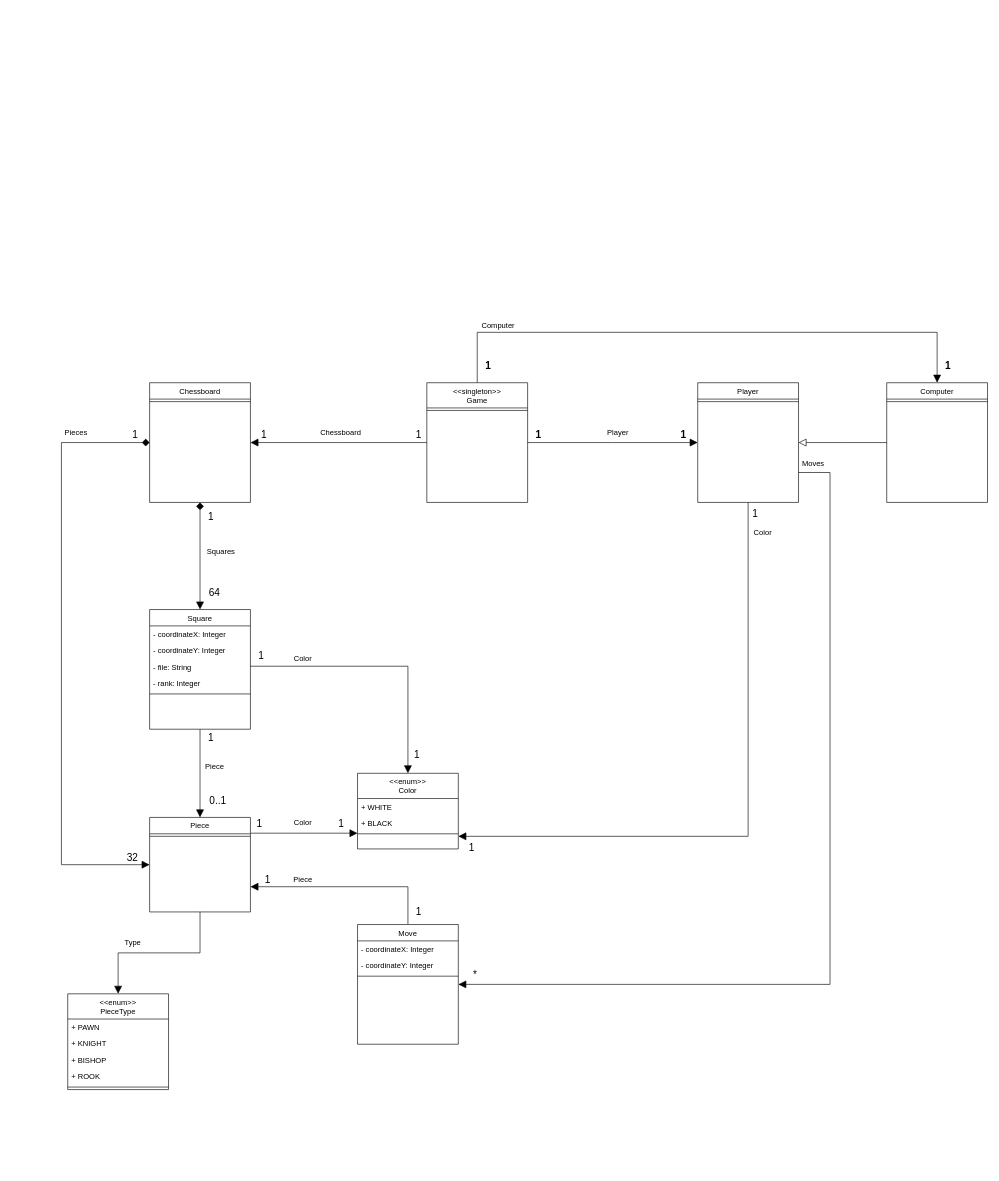
Earlier version of the draw.io diagram Design/chess_class_diagram.drawio (santacg/Chess). Source tidied: cells renumbered, new cells numbered last; positions are measured from the earlier drawing's top-left corner, leaving out a move shared by most shapes. Both pictures are drawn from the tidied source at 63%, with x=0, y=0 at pixel (11, 11).
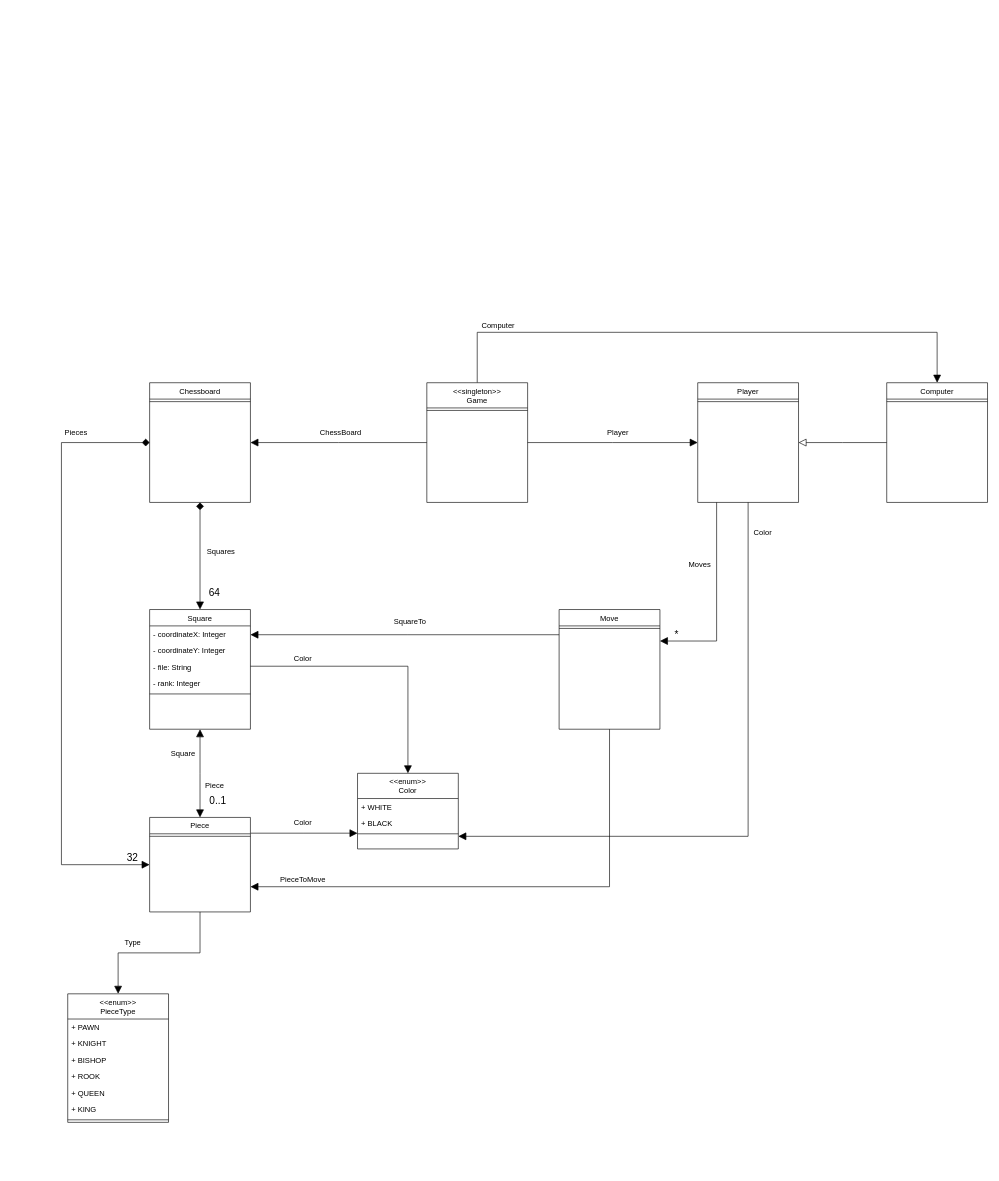
The same diagram, later.

Commit message:
Second diagram iteration

The change refers to these unchanged cells:
```xml
<mxCell id="4" value="Piece " style="swimlane;fontStyle=0;align=center;verticalAlign=top;horizontal=1;startSize=26;rounded=0;shadow=0;strokeWidth=1;" parent="1" vertex="1">
  <mxGeometry x="220" y="1280" width="160" height="150" as="geometry" />
</mxCell>
<mxCell id="12" value="Square" style="swimlane;fontStyle=0;align=center;verticalAlign=top;horizontal=1;startSize=26;rounded=0;shadow=0;strokeWidth=1;" parent="1" vertex="1">
  <mxGeometry x="220" y="950" width="160" height="190" as="geometry" />
</mxCell>
<mxCell id="44" value="Player" style="swimlane;fontStyle=0;align=center;verticalAlign=top;horizontal=1;startSize=26;rounded=0;shadow=0;strokeWidth=1;" parent="1" vertex="1">
  <mxGeometry x="1090" y="590" width="160" height="190" as="geometry" />
</mxCell>
```

Change to the diagram source:
```diff
@@
-    <mxCell id="11" style="edgeStyle=elbowEdgeStyle;shape=connector;curved=0;rounded=0;jettySize=auto;elbow=vertical;html=1;shadow=0;strokeColor=default;strokeWidth=1;align=center;verticalAlign=middle;fontFamily=Helvetica;fontSize=11;fontColor=default;labelBackgroundColor=default;startSize=6;endArrow=block;endFill=1;endSize=10;" parent="1" edge="1" source="12" target="4">
+    <mxCell id="11" style="edgeStyle=elbowEdgeStyle;shape=connector;curved=0;rounded=0;jettySize=auto;elbow=vertical;html=1;shadow=0;strokeColor=default;strokeWidth=1;align=center;verticalAlign=middle;fontFamily=Helvetica;fontSize=11;fontColor=default;labelBackgroundColor=default;startSize=10;endArrow=block;endFill=1;endSize=10;startArrow=block;startFill=1;" parent="1" edge="1" source="12" target="4">
       <mxGeometry relative="1" as="geometry" />
     </mxCell>
@@
-    <mxCell id="18" value="1" style="align=right;verticalAlign=bottom;labelBackgroundColor=none;fontSize=16;" parent="1" vertex="1">
-      <mxGeometry x="400" y="1300" as="geometry" />
-    </mxCell>
-    <mxCell id="19" value="1" style="align=right;verticalAlign=bottom;labelBackgroundColor=none;fontSize=16;" parent="1" vertex="1">
+    <mxCell id="19" style="align=right;verticalAlign=bottom;labelBackgroundColor=none;fontSize=16;" parent="1" vertex="1">
       <mxGeometry x="530" y="1300" as="geometry" />
     </mxCell>
-    <mxCell id="20" value="1" style="align=right;verticalAlign=bottom;labelBackgroundColor=none;fontSize=16;" parent="1" vertex="1">
-      <mxGeometry x="380" y="1070" as="geometry">
-        <mxPoint x="23" y="-37" as="offset" />
-      </mxGeometry>
-    </mxCell>
-    <mxCell id="21" value="1" style="align=right;verticalAlign=bottom;labelBackgroundColor=none;fontSize=16;" parent="1" vertex="1">
-      <mxGeometry x="650" y="1190" as="geometry" />
-    </mxCell>
@@
-    <mxCell id="23" value="1" style="align=right;verticalAlign=bottom;labelBackgroundColor=none;fontSize=16;" parent="1" vertex="1">
-      <mxGeometry x="300" y="1200" as="geometry">
-        <mxPoint x="23" y="-37" as="offset" />
-      </mxGeometry>
-    </mxCell>
@@
-    <mxCell id="30" value="Piece" style="text;html=1;align=center;verticalAlign=middle;labelBackgroundColor=none;rounded=0;shadow=0;strokeWidth=1;fontSize=12;" parent="1" vertex="1">
-      <mxGeometry x="220" y="700" as="geometry">
+    <mxCell id="30" value="Square" style="text;html=1;align=center;verticalAlign=middle;labelBackgroundColor=none;rounded=0;shadow=0;strokeWidth=1;fontSize=12;" parent="1" vertex="1">
+      <mxGeometry x="170" y="680" as="geometry">
         <mxPoint x="102" y="498" as="offset" />
       </mxGeometry>
     </mxCell>
-    <mxCell id="31" value="1" style="align=right;verticalAlign=bottom;labelBackgroundColor=none;fontSize=16;" parent="1" vertex="1">
-      <mxGeometry x="300" y="850" as="geometry">
-        <mxPoint x="23" y="-37" as="offset" />
-      </mxGeometry>
-    </mxCell>
@@
-    <mxCell id="38" value="1" style="align=right;verticalAlign=bottom;labelBackgroundColor=none;fontSize=16;" parent="1" vertex="1">
-      <mxGeometry x="630" y="720" as="geometry">
-        <mxPoint x="23" y="-37" as="offset" />
-      </mxGeometry>
-    </mxCell>
-    <mxCell id="39" value="1" style="align=right;verticalAlign=bottom;labelBackgroundColor=none;fontSize=16;" parent="1" vertex="1">
-      <mxGeometry x="384" y="720" as="geometry">
-        <mxPoint x="23" y="-37" as="offset" />
-      </mxGeometry>
-    </mxCell>
@@
-    <mxCell id="41" value="Chessboard" style="text;html=1;align=center;verticalAlign=middle;labelBackgroundColor=none;rounded=0;shadow=0;strokeWidth=1;fontSize=12;" parent="1" vertex="1">
+    <mxCell id="41" value="ChessBoard" style="text;html=1;align=center;verticalAlign=middle;labelBackgroundColor=none;rounded=0;shadow=0;strokeWidth=1;fontSize=12;" parent="1" vertex="1">
       <mxGeometry x="420" y="170" as="geometry">
         <mxPoint x="102" y="498" as="offset" />
       </mxGeometry>
     </mxCell>
@@
-    <mxCell id="43" style="edgeStyle=elbowEdgeStyle;shape=connector;curved=0;rounded=0;jettySize=auto;elbow=vertical;html=1;shadow=0;strokeColor=default;strokeWidth=1;align=center;verticalAlign=middle;fontFamily=Helvetica;fontSize=11;fontColor=default;labelBackgroundColor=default;startSize=6;endArrow=block;endFill=1;endSize=10;exitX=1;exitY=0.75;exitDx=0;exitDy=0;" parent="1" edge="1" source="44" target="69">
+    <mxCell id="43" style="edgeStyle=elbowEdgeStyle;shape=connector;curved=0;rounded=0;jettySize=auto;elbow=vertical;html=1;shadow=0;strokeColor=default;strokeWidth=1;align=center;verticalAlign=middle;fontFamily=Helvetica;fontSize=11;fontColor=default;labelBackgroundColor=default;startSize=6;endArrow=block;endFill=1;endSize=10;" parent="1" edge="1" source="44" target="69">
       <mxGeometry relative="1" as="geometry">
         <Array as="points">
-          <mxPoint x="1300" y="1140" />
+          <mxPoint x="1120" y="1000" />
         </Array>
       </mxGeometry>
     </mxCell>
@@
-    <mxCell id="46" value="1" style="align=right;verticalAlign=bottom;labelBackgroundColor=none;fontSize=16;fontStyle=1;" parent="1" vertex="1">
-      <mxGeometry x="820" y="720" as="geometry">
-        <mxPoint x="23" y="-37" as="offset" />
-      </mxGeometry>
-    </mxCell>
@@
-    <mxCell id="48" value="1" style="align=right;verticalAlign=bottom;labelBackgroundColor=none;fontSize=16;" parent="1" vertex="1">
-      <mxGeometry x="520" y="1310" as="geometry">
-        <mxPoint x="667" y="-502" as="offset" />
-      </mxGeometry>
-    </mxCell>
-    <mxCell id="49" value="1" style="align=right;verticalAlign=bottom;labelBackgroundColor=none;fontSize=16;" parent="1" vertex="1">
-      <mxGeometry x="70" y="1840" as="geometry">
-        <mxPoint x="667" y="-502" as="offset" />
-      </mxGeometry>
-    </mxCell>
@@
-    <mxCell id="52" value="1" style="align=right;verticalAlign=bottom;labelBackgroundColor=none;fontSize=16;" parent="1" vertex="1">
-      <mxGeometry x="180" y="720" as="geometry">
-        <mxPoint x="23" y="-37" as="offset" />
-      </mxGeometry>
-    </mxCell>
@@
-    <mxCell id="57" value="1" style="align=right;verticalAlign=bottom;labelBackgroundColor=none;fontSize=16;fontStyle=1;" parent="1" vertex="1">
-      <mxGeometry x="1050" y="720" as="geometry">
-        <mxPoint x="23" y="-37" as="offset" />
-      </mxGeometry>
-    </mxCell>
@@
-    <mxCell id="59" value="1" style="align=right;verticalAlign=bottom;labelBackgroundColor=none;fontSize=16;fontStyle=1;" parent="1" vertex="1">
-      <mxGeometry x="740" y="610" as="geometry">
-        <mxPoint x="23" y="-37" as="offset" />
-      </mxGeometry>
-    </mxCell>
-    <mxCell id="60" value="1" style="align=right;verticalAlign=bottom;labelBackgroundColor=none;fontSize=16;fontStyle=1;" parent="1" vertex="1">
-      <mxGeometry x="1470" y="610" as="geometry">
-        <mxPoint x="23" y="-37" as="offset" />
-      </mxGeometry>
-    </mxCell>
     <mxCell id="61" value="&lt;&lt;enum&gt;&gt;&#10;PieceType&#10;" style="swimlane;fontStyle=0;align=center;verticalAlign=top;horizontal=1;startSize=40;rounded=0;shadow=0;strokeWidth=1;" parent="1" vertex="1">
-      <mxGeometry x="90" y="1560" width="160" height="152" as="geometry" />
+      <mxGeometry x="90" y="1560" width="160" height="204" as="geometry" />
     </mxCell>
@@
+    <mxCell id="78" value="+ QUEEN" style="text;align=left;verticalAlign=top;spacingLeft=4;spacingRight=4;overflow=hidden;" parent="61" vertex="1">
+      <mxGeometry y="144" width="160" height="26" as="geometry" />
+    </mxCell>
+    <mxCell id="79" value="+ KING" style="text;align=left;verticalAlign=top;spacingLeft=4;spacingRight=4;overflow=hidden;" parent="61" vertex="1">
+      <mxGeometry y="170" width="160" height="26" as="geometry" />
+    </mxCell>
     <mxCell id="66" style="line;html=1;strokeWidth=1;align=left;verticalAlign=middle;spacingTop=-1;spacingLeft=3;spacingRight=3;labelPosition=right;" parent="61" vertex="1">
-      <mxGeometry y="144" width="160" height="8" as="geometry" />
+      <mxGeometry y="196" width="160" height="8" as="geometry" />
     </mxCell>
@@
+    <mxCell id="80" style="edgeStyle=elbowEdgeStyle;shape=connector;curved=0;rounded=0;jettySize=auto;elbow=vertical;html=1;shadow=0;strokeColor=default;strokeWidth=1;align=center;verticalAlign=middle;fontFamily=Helvetica;fontSize=11;fontColor=default;labelBackgroundColor=default;startSize=6;endArrow=block;endFill=1;endSize=10;" parent="1" edge="1" source="69" target="12">
+      <mxGeometry relative="1" as="geometry">
+        <Array as="points">
+          <mxPoint x="630" y="990" />
+        </Array>
+      </mxGeometry>
+    </mxCell>
     <mxCell id="69" value="Move" style="swimlane;fontStyle=0;align=center;verticalAlign=top;horizontal=1;startSize=26;rounded=0;shadow=0;strokeWidth=1;" parent="1" vertex="1">
-      <mxGeometry x="550" y="1450" width="160" height="190" as="geometry" />
+      <mxGeometry x="870" y="950" width="160" height="190" as="geometry" />
     </mxCell>
-    <mxCell id="70" value="- coordinateX: Integer" style="text;align=left;verticalAlign=top;spacingLeft=4;spacingRight=4;overflow=hidden;" parent="69" vertex="1">
-      <mxGeometry y="26" width="160" height="26" as="geometry" />
-    </mxCell>
-    <mxCell id="71" value="- coordinateY: Integer" style="text;align=left;verticalAlign=top;spacingLeft=4;spacingRight=4;overflow=hidden;" parent="69" vertex="1">
-      <mxGeometry y="52" width="160" height="26" as="geometry" />
-    </mxCell>
     <mxCell id="72" style="line;html=1;strokeWidth=1;align=left;verticalAlign=middle;spacingTop=-1;spacingLeft=3;spacingRight=3;labelPosition=right;" parent="69" vertex="1">
-      <mxGeometry y="78" width="160" height="8" as="geometry" />
+      <mxGeometry y="26" width="160" height="8" as="geometry" />
     </mxCell>
     <mxCell id="73" value="*" style="align=right;verticalAlign=bottom;labelBackgroundColor=none;fontSize=16;" parent="1" vertex="1">
-      <mxGeometry x="670" y="1290" as="geometry">
+      <mxGeometry x="990" y="750" as="geometry">
         <mxPoint x="71" y="250" as="offset" />
       </mxGeometry>
     </mxCell>
     <mxCell id="74" value="Moves" style="text;html=1;align=center;verticalAlign=middle;labelBackgroundColor=none;rounded=0;shadow=0;strokeWidth=1;fontSize=12;" parent="1" vertex="1">
-      <mxGeometry x="1170" y="220" as="geometry">
+      <mxGeometry x="990" y="380" as="geometry">
         <mxPoint x="102" y="498" as="offset" />
       </mxGeometry>
     </mxCell>
-    <mxCell id="75" value="Piece" style="text;html=1;align=center;verticalAlign=middle;labelBackgroundColor=none;rounded=0;shadow=0;strokeWidth=1;fontSize=12;" parent="1" vertex="1">
+    <mxCell id="75" value="PieceToMove" style="text;html=1;align=center;verticalAlign=middle;labelBackgroundColor=none;rounded=0;shadow=0;strokeWidth=1;fontSize=12;" parent="1" vertex="1">
       <mxGeometry x="360" y="880" as="geometry">
         <mxPoint x="102" y="498" as="offset" />
       </mxGeometry>
     </mxCell>
-    <mxCell id="76" value="1" style="align=right;verticalAlign=bottom;labelBackgroundColor=none;fontSize=16;" parent="1" vertex="1">
-      <mxGeometry x="420" y="1310" as="geometry">
-        <mxPoint x="-7" y="78" as="offset" />
-      </mxGeometry>
-    </mxCell>
-    <mxCell id="77" value="1" style="align=right;verticalAlign=bottom;labelBackgroundColor=none;fontSize=16;" parent="1" vertex="1">
-      <mxGeometry x="560" y="1290" as="geometry">
-        <mxPoint x="93" y="149" as="offset" />
-      </mxGeometry>
-    </mxCell>
+    <mxCell id="81" value="Piece" style="text;html=1;align=center;verticalAlign=middle;labelBackgroundColor=none;rounded=0;shadow=0;strokeWidth=1;fontSize=12;" parent="1" vertex="1">
+      <mxGeometry x="220" y="730" as="geometry">
+        <mxPoint x="102" y="498" as="offset" />
+      </mxGeometry>
+    </mxCell>
+    <mxCell id="82" value="SquareTo" style="text;html=1;align=center;verticalAlign=middle;labelBackgroundColor=none;rounded=0;shadow=0;strokeWidth=1;fontSize=12;" parent="1" vertex="1">
+      <mxGeometry x="530" y="470" as="geometry">
+        <mxPoint x="102" y="498" as="offset" />
+      </mxGeometry>
+    </mxCell>
```
